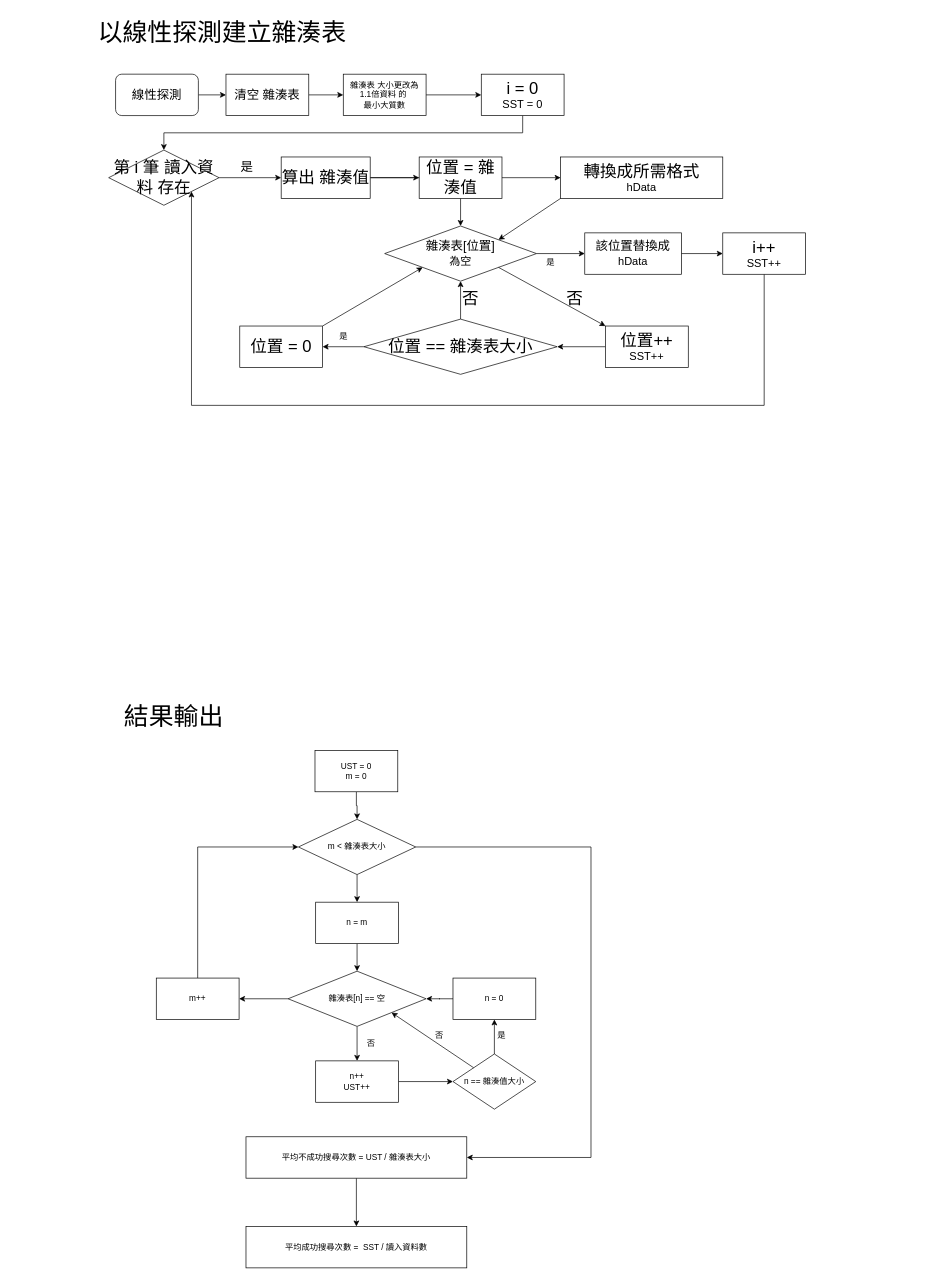
Before: Ds2ex03.drawio in PingKP/DataStructure, a draw.io diagram. Source tidied: cells renumbered, new cells numbered last; positions are measured from the earlier drawing's top-left corner, leaving out a move shared by most shapes. Both pictures are drawn from the tidied source at 69%, with x=0, y=0 at pixel (90, 12).
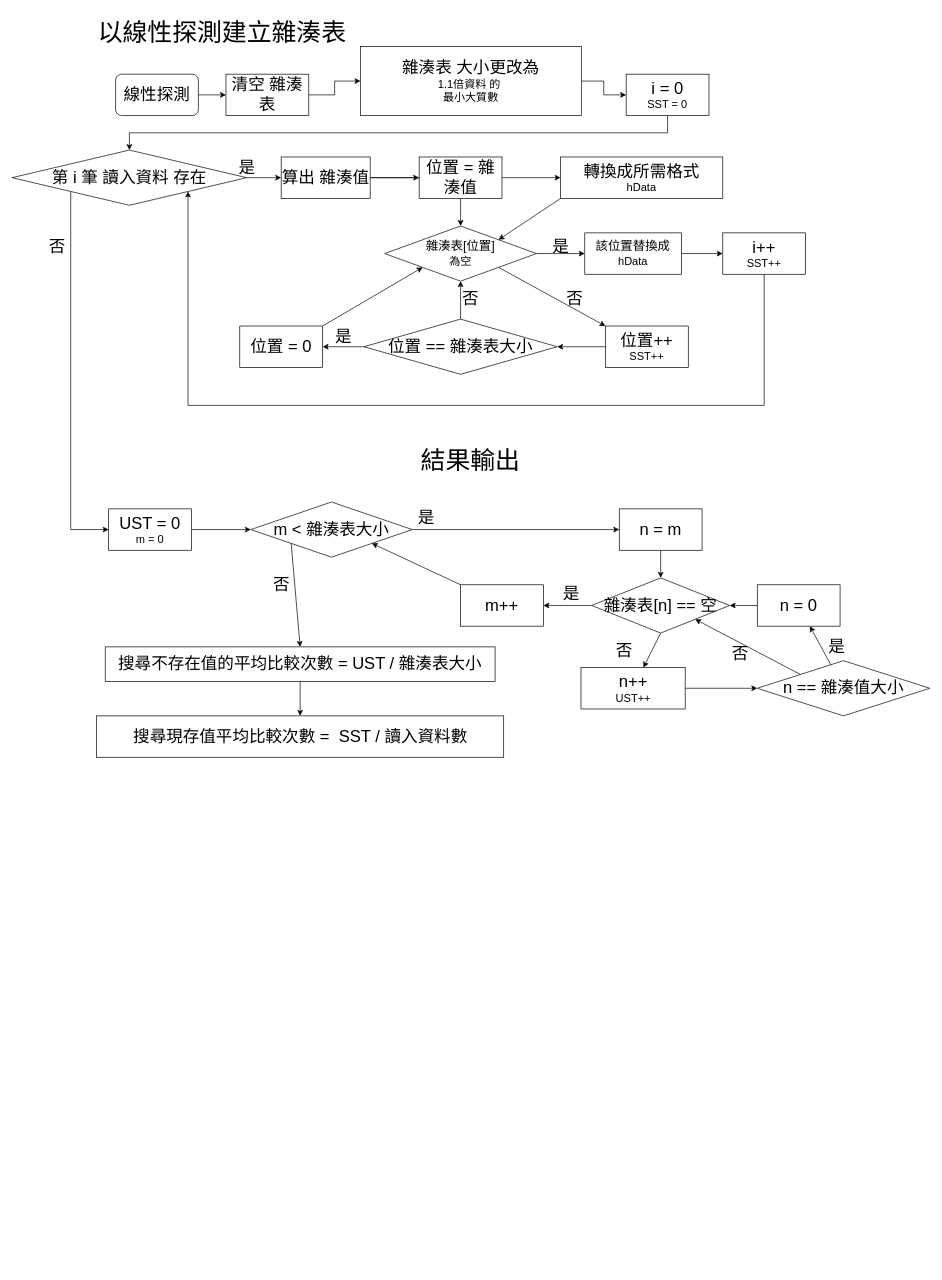
After the change.

Unchanged cells that the change refers to:
```xml
<mxCell id="21" value="&lt;font style=&quot;font-size: 24px;&quot;&gt;i++&lt;/font&gt;&lt;div&gt;&lt;font size=&quot;3&quot;&gt;SST++&lt;/font&gt;&lt;/div&gt;" style="rounded=0;whiteSpace=wrap;html=1;" parent="1" vertex="1">
  <mxGeometry x="916" y="320" width="120" height="60" as="geometry" />
</mxCell>
```

Diff of the diagram source:
```diff
@@
-    <mxCell id="3" value="&lt;font style=&quot;font-size: 18px;&quot;&gt;線性探測&lt;/font&gt;" style="rounded=1;whiteSpace=wrap;html=1;" parent="1" vertex="1">
+    <mxCell id="3" value="&lt;font style=&quot;font-size: 24px;&quot;&gt;線性探測&lt;/font&gt;" style="rounded=1;whiteSpace=wrap;html=1;" parent="1" vertex="1">
       <mxGeometry x="36" y="90" width="120" height="60" as="geometry" />
     </mxCell>
@@
-    <mxCell id="5" value="&lt;font style=&quot;font-size: 18px;&quot;&gt;清空 雜湊表&lt;/font&gt;" style="rounded=0;whiteSpace=wrap;html=1;" parent="1" vertex="1">
+    <mxCell id="5" value="&lt;font style=&quot;font-size: 24px;&quot;&gt;清空 雜湊表&lt;/font&gt;" style="rounded=0;whiteSpace=wrap;html=1;" parent="1" vertex="1">
       <mxGeometry x="196" y="90" width="120" height="60" as="geometry" />
     </mxCell>
@@
-    <mxCell id="7" value="雜湊表 大小更改為&lt;div&gt;1.1倍資料 的&amp;nbsp;&lt;/div&gt;&lt;div&gt;最小大質數&lt;/div&gt;" style="rounded=0;whiteSpace=wrap;html=1;" parent="1" vertex="1">
-      <mxGeometry x="366" y="90" width="120" height="60" as="geometry" />
+    <mxCell id="7" value="&lt;font style=&quot;font-size: 24px;&quot;&gt;雜湊表 大小更改為&lt;/font&gt;&lt;div&gt;&lt;font size=&quot;3&quot;&gt;1.1倍資料 的&amp;nbsp;&lt;/font&gt;&lt;/div&gt;&lt;div&gt;&lt;font size=&quot;3&quot;&gt;最小大質數&lt;/font&gt;&lt;/div&gt;" style="rounded=0;whiteSpace=wrap;html=1;" parent="1" vertex="1">
+      <mxGeometry x="391" y="50" width="320" height="100" as="geometry" />
     </mxCell>
@@
     <mxCell id="9" value="&lt;font style=&quot;font-size: 24px;&quot;&gt;i = 0&lt;/font&gt;&lt;div&gt;&lt;font size=&quot;3&quot;&gt;SST = 0&lt;/font&gt;&lt;/div&gt;" style="rounded=0;whiteSpace=wrap;html=1;" parent="1" vertex="1">
-      <mxGeometry x="566" y="90" width="120" height="60" as="geometry" />
+      <mxGeometry x="776" y="90" width="120" height="60" as="geometry" />
     </mxCell>
@@
+    <mxCell id="65" style="edgeStyle=orthogonalEdgeStyle;rounded=0;jettySize=auto;html=1;exitX=0;exitY=1;exitDx=0;exitDy=0;" parent="1" edge="1" source="11" target="35">
+      <mxGeometry relative="1" as="geometry">
+        <Array as="points">
+          <mxPoint x="-29" y="750" />
+        </Array>
+      </mxGeometry>
+    </mxCell>
     <mxCell id="11" value="&lt;font style=&quot;font-size: 24px;&quot;&gt;第 i 筆 讀入資料 存在&lt;/font&gt;" style="rhombus;whiteSpace=wrap;html=1;" parent="1" vertex="1">
-      <mxGeometry x="26" y="200" width="160" height="80" as="geometry" />
+      <mxGeometry x="-114" y="200" width="340" height="80" as="geometry" />
     </mxCell>
@@
     <mxCell id="20" style="edgeStyle=orthogonalEdgeStyle;rounded=0;jettySize=auto;html=1;exitX=0.5;exitY=1;exitDx=0;exitDy=0;entryX=1;entryY=1;entryDx=0;entryDy=0;" parent="1" edge="1" source="21" target="11">
       <mxGeometry relative="1" as="geometry">
         <Array as="points">
           <mxPoint x="976" y="570" />
-          <mxPoint x="146" y="570" />
+          <mxPoint x="141" y="570" />
         </Array>
       </mxGeometry>
     </mxCell>
@@
     <mxCell id="33" value="&lt;font style=&quot;font-size: 36px;&quot;&gt;結果輸出&lt;/font&gt;" style="text;html=1;align=center;verticalAlign=middle;strokeColor=none;fillColor=none;" parent="1" vertex="1">
-      <mxGeometry x="35" y="990" width="170" height="60" as="geometry" />
+      <mxGeometry x="465" y="620" width="170" height="60" as="geometry" />
     </mxCell>
@@
-    <mxCell id="35" value="UST = 0&lt;div&gt;m = 0&lt;/div&gt;" style="rounded=0;whiteSpace=wrap;html=1;" parent="1" vertex="1">
-      <mxGeometry x="325" y="1070" width="120" height="60" as="geometry" />
+    <mxCell id="35" value="&lt;font style=&quot;font-size: 24px;&quot;&gt;UST = 0&lt;/font&gt;&lt;div&gt;&lt;font size=&quot;3&quot;&gt;m = 0&lt;/font&gt;&lt;/div&gt;" style="rounded=0;whiteSpace=wrap;html=1;" parent="1" vertex="1">
+      <mxGeometry x="26" y="720" width="120" height="60" as="geometry" />
     </mxCell>
-    <mxCell id="36" style="edgeStyle=orthogonalEdgeStyle;rounded=0;jettySize=auto;html=1;" parent="1" edge="1" source="38" target="41">
+    <mxCell id="36" style="edgeStyle=orthogonalEdgeStyle;rounded=0;jettySize=auto;html=1;exitX=1;exitY=0.5;exitDx=0;exitDy=0;" parent="1" edge="1" source="38" target="41">
       <mxGeometry relative="1" as="geometry" />
     </mxCell>
-    <mxCell id="37" style="edgeStyle=orthogonalEdgeStyle;rounded=0;jettySize=auto;html=1;exitX=1;exitY=0.5;exitDx=0;exitDy=0;entryX=1;entryY=0.5;entryDx=0;entryDy=0;" parent="1" edge="1" source="38" target="58">
-      <mxGeometry relative="1" as="geometry">
-        <Array as="points">
-          <mxPoint x="725" y="1210" />
-          <mxPoint x="725" y="1660" />
-        </Array>
-      </mxGeometry>
-    </mxCell>
-    <mxCell id="38" value="m &amp;lt; 雜湊表大小" style="rhombus;whiteSpace=wrap;html=1;" parent="1" vertex="1">
-      <mxGeometry x="301" y="1170" width="170" height="80" as="geometry" />
+    <mxCell id="38" value="&lt;font style=&quot;font-size: 24px;&quot;&gt;m &amp;lt; 雜湊表大小&lt;/font&gt;" style="rhombus;whiteSpace=wrap;html=1;" parent="1" vertex="1">
+      <mxGeometry x="232" y="710" width="234" height="80" as="geometry" />
     </mxCell>
-    <mxCell id="39" value="是" style="text;html=1;align=center;verticalAlign=middle;strokeColor=none;fillColor=none;" parent="1" vertex="1">
-      <mxGeometry x="346" y="455" width="40" height="30" as="geometry" />
+    <mxCell id="39" value="&lt;font style=&quot;font-size: 24px;&quot;&gt;是&lt;/font&gt;" style="text;html=1;align=center;verticalAlign=middle;strokeColor=none;fillColor=none;" parent="1" vertex="1">
+      <mxGeometry x="341" y="450" width="50" height="40" as="geometry" />
     </mxCell>
@@
-    <mxCell id="41" value="n = m" style="whiteSpace=wrap;html=1;" parent="1" vertex="1">
-      <mxGeometry x="326" y="1290" width="120" height="60" as="geometry" />
+    <mxCell id="41" value="&lt;font style=&quot;font-size: 24px;&quot;&gt;n = m&lt;/font&gt;" style="whiteSpace=wrap;html=1;" parent="1" vertex="1">
+      <mxGeometry x="766" y="720" width="120" height="60" as="geometry" />
     </mxCell>
-    <mxCell id="42" style="edgeStyle=orthogonalEdgeStyle;rounded=0;jettySize=auto;html=1;" parent="1" edge="1" source="44" target="46">
-      <mxGeometry relative="1" as="geometry" />
-    </mxCell>
@@
-    <mxCell id="44" value="雜湊表[n] == 空" style="rhombus;whiteSpace=wrap;html=1;" parent="1" vertex="1">
-      <mxGeometry x="286" y="1390" width="200" height="80" as="geometry" />
+    <mxCell id="44" value="&lt;font style=&quot;font-size: 24px;&quot;&gt;雜湊表[n] == 空&lt;/font&gt;" style="rhombus;whiteSpace=wrap;html=1;" parent="1" vertex="1">
+      <mxGeometry x="726" y="820" width="200" height="80" as="geometry" />
     </mxCell>
@@
-    <mxCell id="46" value="n++&lt;div&gt;UST++&lt;/div&gt;" style="whiteSpace=wrap;html=1;" parent="1" vertex="1">
-      <mxGeometry x="326" y="1520" width="120" height="60" as="geometry" />
+    <mxCell id="46" value="&lt;font style=&quot;font-size: 24px;&quot;&gt;n++&lt;/font&gt;&lt;div&gt;&lt;font size=&quot;3&quot;&gt;UST++&lt;/font&gt;&lt;/div&gt;" style="whiteSpace=wrap;html=1;" parent="1" vertex="1">
+      <mxGeometry x="710.5" y="950" width="151" height="60" as="geometry" />
     </mxCell>
-    <mxCell id="47" value="否" style="text;html=1;align=center;verticalAlign=middle;strokeColor=none;fillColor=none;" parent="1" vertex="1">
-      <mxGeometry x="386" y="1480" width="40" height="30" as="geometry" />
+    <mxCell id="47" value="&lt;font style=&quot;font-size: 24px;&quot;&gt;否&lt;/font&gt;" style="text;html=1;align=center;verticalAlign=middle;strokeColor=none;fillColor=none;" parent="1" vertex="1">
+      <mxGeometry x="748" y="905" width="50" height="40" as="geometry" />
     </mxCell>
-    <mxCell id="48" style="edgeStyle=orthogonalEdgeStyle;rounded=0;jettySize=auto;html=1;exitX=0.5;exitY=0;exitDx=0;exitDy=0;entryX=0;entryY=0.5;entryDx=0;entryDy=0;" parent="1" edge="1" source="49" target="38">
-      <mxGeometry relative="1" as="geometry" />
-    </mxCell>
-    <mxCell id="49" value="m++" style="whiteSpace=wrap;html=1;" parent="1" vertex="1">
-      <mxGeometry x="95" y="1400" width="120" height="60" as="geometry" />
+    <mxCell id="49" value="&lt;font style=&quot;font-size: 24px;&quot;&gt;m++&lt;/font&gt;" style="whiteSpace=wrap;html=1;" parent="1" vertex="1">
+      <mxGeometry x="536" y="830" width="120" height="60" as="geometry" />
     </mxCell>
-    <mxCell id="50" style="edgeStyle=orthogonalEdgeStyle;rounded=0;jettySize=auto;html=1;" parent="1" edge="1" source="51" target="53">
-      <mxGeometry relative="1" as="geometry" />
-    </mxCell>
-    <mxCell id="51" value="n == 雜湊值大小" style="rhombus;whiteSpace=wrap;html=1;" parent="1" vertex="1">
-      <mxGeometry x="525" y="1510" width="120" height="80" as="geometry" />
+    <mxCell id="51" value="&lt;font style=&quot;font-size: 24px;&quot;&gt;n == 雜湊值大小&lt;/font&gt;" style="rhombus;whiteSpace=wrap;html=1;" parent="1" vertex="1">
+      <mxGeometry x="966" y="940" width="250" height="80" as="geometry" />
     </mxCell>
@@
-    <mxCell id="53" value="n = 0" style="whiteSpace=wrap;html=1;" parent="1" vertex="1">
-      <mxGeometry x="525" y="1400" width="120" height="60" as="geometry" />
+    <mxCell id="53" value="&lt;font style=&quot;font-size: 24px;&quot;&gt;n = 0&lt;/font&gt;" style="whiteSpace=wrap;html=1;" parent="1" vertex="1">
+      <mxGeometry x="966" y="830" width="120" height="60" as="geometry" />
     </mxCell>
-    <mxCell id="54" value="是" style="text;html=1;align=center;verticalAlign=middle;strokeColor=none;fillColor=none;" parent="1" vertex="1">
-      <mxGeometry x="575" y="1468" width="40" height="30" as="geometry" />
+    <mxCell id="54" value="&lt;font style=&quot;font-size: 24px;&quot;&gt;是&lt;/font&gt;" style="text;html=1;align=center;verticalAlign=middle;strokeColor=none;fillColor=none;" parent="1" vertex="1">
+      <mxGeometry x="1056" y="900" width="50" height="40" as="geometry" />
     </mxCell>
@@
-    <mxCell id="56" value="否" style="text;html=1;align=center;verticalAlign=middle;strokeColor=none;fillColor=none;" parent="1" vertex="1">
-      <mxGeometry x="485" y="1468" width="40" height="30" as="geometry" />
+    <mxCell id="56" value="&lt;font style=&quot;font-size: 24px;&quot;&gt;否&lt;/font&gt;" style="text;html=1;align=center;verticalAlign=middle;strokeColor=none;fillColor=none;" parent="1" vertex="1">
+      <mxGeometry x="916" y="910" width="50" height="40" as="geometry" />
     </mxCell>
@@
-    <mxCell id="58" value="平均不成功搜尋次數 = UST / 雜湊表大小" style="whiteSpace=wrap;html=1;" parent="1" vertex="1">
-      <mxGeometry x="225" y="1630" width="320" height="60" as="geometry" />
+    <mxCell id="58" value="&lt;font style=&quot;font-size: 24px;&quot;&gt;&lt;span style=&quot;font-kerning: none;&quot; class=&quot;OYPEnA font-feature-liga-off font-feature-clig-off font-feature-calt-off text-decoration-none text-strikethrough-none&quot;&gt;搜尋不存在值的平均比較次數&lt;/span&gt;&amp;nbsp;= UST / 雜湊表大小&lt;/font&gt;" style="whiteSpace=wrap;html=1;" parent="1" vertex="1">
+      <mxGeometry x="21" y="920" width="565" height="50" as="geometry" />
     </mxCell>
-    <mxCell id="59" value="平均成功搜尋次數 =&amp;nbsp; SST /&amp;nbsp;&lt;span style=&quot;background-color: transparent; color: light-dark(rgb(0, 0, 0), rgb(255, 255, 255));&quot;&gt;讀入資料數&lt;/span&gt;" style="whiteSpace=wrap;html=1;" parent="1" vertex="1">
-      <mxGeometry x="225" y="1760" width="320" height="60" as="geometry" />
+    <mxCell id="59" value="&lt;font style=&quot;font-size: 24px;&quot;&gt;&lt;span style=&quot;font-kerning: none;&quot; class=&quot;OYPEnA font-feature-liga-off font-feature-clig-off font-feature-calt-off text-decoration-none text-strikethrough-none&quot;&gt;搜尋現存值&lt;/span&gt;&lt;span style=&quot;font-kerning: none;&quot; class=&quot;OYPEnA font-feature-liga-off font-feature-clig-off font-feature-calt-off text-decoration-none text-strikethrough-none&quot;&gt;平均比較次數&lt;/span&gt;&amp;nbsp;=&amp;nbsp; SST /&amp;nbsp;&lt;span style=&quot;background-color: transparent; color: light-dark(rgb(0, 0, 0), rgb(255, 255, 255));&quot;&gt;讀入資料數&lt;/span&gt;&lt;/font&gt;" style="whiteSpace=wrap;html=1;" parent="1" vertex="1">
+      <mxGeometry x="8.5" y="1020" width="590" height="60" as="geometry" />
     </mxCell>
-    <mxCell id="60" value="&lt;font style=&quot;font-size: 18px;&quot;&gt;是&lt;/font&gt;" style="text;html=1;align=center;verticalAlign=middle;strokeColor=none;fillColor=none;" parent="1" vertex="1">
-      <mxGeometry x="206" y="205" width="40" height="40" as="geometry" />
+    <mxCell id="60" value="&lt;font style=&quot;font-size: 24px;&quot;&gt;是&lt;/font&gt;" style="text;html=1;align=center;verticalAlign=middle;strokeColor=none;fillColor=none;" parent="1" vertex="1">
+      <mxGeometry x="201" y="205" width="50" height="40" as="geometry" />
     </mxCell>
-    <mxCell id="61" value="是" style="text;html=1;align=center;verticalAlign=middle;strokeColor=none;fillColor=none;" parent="1" vertex="1">
-      <mxGeometry x="646" y="348" width="40" height="30" as="geometry" />
+    <mxCell id="61" value="&lt;font style=&quot;font-size: 24px;&quot;&gt;是&lt;/font&gt;" style="text;html=1;align=center;verticalAlign=middle;strokeColor=none;fillColor=none;" parent="1" vertex="1">
+      <mxGeometry x="656" y="320" width="50" height="40" as="geometry" />
     </mxCell>
@@
+    <mxCell id="48" style="edgeStyle=none;jettySize=auto;html=1;rounded=0;exitX=0;exitY=0;exitDx=0;exitDy=0;entryX=1;entryY=1;entryDx=0;entryDy=0;" parent="1" edge="1" source="49" target="38">
+      <mxGeometry relative="1" as="geometry" />
+    </mxCell>
+    <mxCell id="37" style="edgeStyle=none;jettySize=auto;html=1;rounded=0;exitX=0;exitY=1;exitDx=0;exitDy=0;entryX=0.5;entryY=0;entryDx=0;entryDy=0;" parent="1" edge="1" source="38" target="58">
+      <mxGeometry relative="1" as="geometry" />
+    </mxCell>
+    <mxCell id="66" value="&lt;font style=&quot;font-size: 24px;&quot;&gt;否&lt;/font&gt;" style="text;html=1;align=center;verticalAlign=middle;strokeColor=none;fillColor=none;" parent="1" vertex="1">
+      <mxGeometry x="-74" y="320" width="50" height="40" as="geometry" />
+    </mxCell>
+    <mxCell id="67" value="&lt;font style=&quot;font-size: 24px;&quot;&gt;是&lt;/font&gt;" style="text;html=1;align=center;verticalAlign=middle;strokeColor=none;fillColor=none;" parent="1" vertex="1">
+      <mxGeometry x="461" y="713" width="50" height="40" as="geometry" />
+    </mxCell>
+    <mxCell id="68" value="&lt;font style=&quot;font-size: 24px;&quot;&gt;否&lt;/font&gt;" style="text;html=1;align=center;verticalAlign=middle;strokeColor=none;fillColor=none;" parent="1" vertex="1">
+      <mxGeometry x="251" y="810" width="50" height="40" as="geometry" />
+    </mxCell>
+    <mxCell id="42" style="edgeStyle=none;jettySize=auto;html=1;rounded=0;exitX=0.5;exitY=1;exitDx=0;exitDy=0;" parent="1" edge="1" source="44" target="46">
+      <mxGeometry relative="1" as="geometry" />
+    </mxCell>
+    <mxCell id="50" style="edgeStyle=none;jettySize=auto;html=1;rounded=0;" parent="1" edge="1" source="51" target="53">
+      <mxGeometry relative="1" as="geometry" />
+    </mxCell>
+    <mxCell id="69" value="&lt;font style=&quot;font-size: 24px;&quot;&gt;是&lt;/font&gt;" style="text;html=1;align=center;verticalAlign=middle;strokeColor=none;fillColor=none;" parent="1" vertex="1">
+      <mxGeometry x="671" y="823" width="50" height="40" as="geometry" />
+    </mxCell>
```
